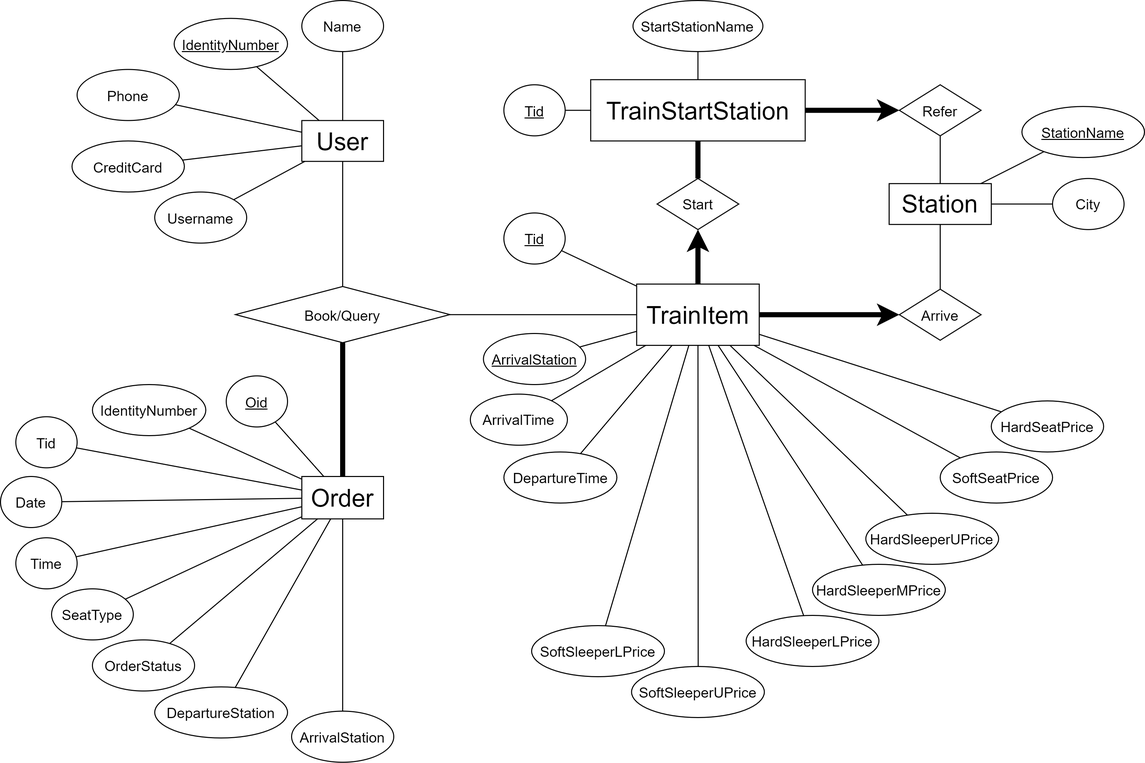
Earlier version of the draw.io export design/readme.assets/ER-graph-er-after-chk-5.3.png (KevinGeejo/Railway-Booking-System). Source tidied: cells renumbered, new cells last; positions are measured from the earlier drawing's top-left corner, leaving out a move shared by most shapes.
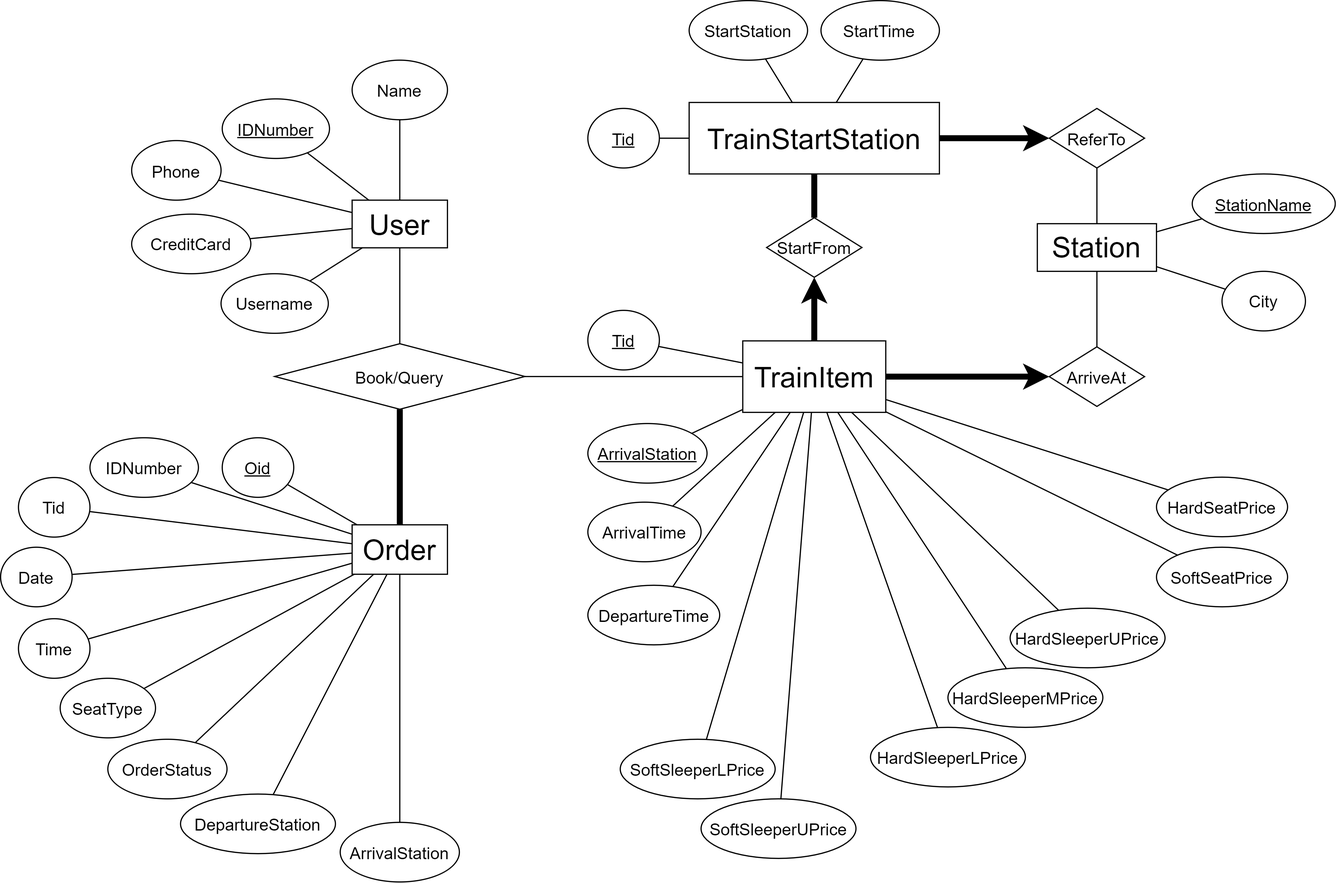
After the commit.

Diff of the diagram source:
```diff
@@ -9,31 +9,31 @@
       <mxGeometry x="870" y="179.2" width="100" height="40" as="geometry" />
     </mxCell>
     <mxCell id="4" value="&lt;font style=&quot;font-size: 24px&quot;&gt;User&lt;/font&gt;" style="rounded=0;whiteSpace=wrap;html=1;" parent="1" vertex="1">
-      <mxGeometry x="295" y="117.5" width="80" height="40" as="geometry" />
+      <mxGeometry x="295" y="159.5" width="80" height="40" as="geometry" />
     </mxCell>
     <mxCell id="5" value="&lt;font style=&quot;font-size: 24px&quot;&gt;Order&lt;/font&gt;" style="rounded=0;whiteSpace=wrap;html=1;" parent="1" vertex="1">
-      <mxGeometry x="295" y="466" width="80" height="41.5" as="geometry" />
+      <mxGeometry x="295" y="432" width="80" height="41.5" as="geometry" />
     </mxCell>
     <mxCell id="6" value="&lt;font style=&quot;font-size: 14px&quot;&gt;Name&lt;/font&gt;" style="ellipse;whiteSpace=wrap;html=1;" parent="1" vertex="1">
-      <mxGeometry x="295" width="80" height="50" as="geometry" />
+      <mxGeometry x="295" y="42" width="80" height="50" as="geometry" />
     </mxCell>
     <mxCell id="7" style="endArrow=none;html=1;" parent="1" edge="1" source="6" target="4">
       <mxGeometry relative="1" as="geometry" />
     </mxCell>
-    <mxCell id="8" value="&lt;span style=&quot;font-size: 14px&quot;&gt;&lt;u&gt;IdentityNumber&lt;/u&gt;&lt;br&gt;&lt;/span&gt;" style="ellipse;whiteSpace=wrap;html=1;" parent="1" vertex="1">
-      <mxGeometry x="170" y="17.5" width="111" height="50" as="geometry" />
+    <mxCell id="8" value="&lt;span style=&quot;font-size: 14px&quot;&gt;&lt;u&gt;IDNumber&lt;/u&gt;&lt;br&gt;&lt;/span&gt;" style="ellipse;whiteSpace=wrap;html=1;" parent="1" vertex="1">
+      <mxGeometry x="186" y="74.5" width="90" height="50" as="geometry" />
     </mxCell>
     <mxCell id="9" style="endArrow=none;html=1;" parent="1" edge="1" source="8" target="4">
       <mxGeometry relative="1" as="geometry" />
     </mxCell>
     <mxCell id="10" value="&lt;span style=&quot;font-size: 14px&quot;&gt;Phone&lt;/span&gt;" style="ellipse;whiteSpace=wrap;html=1;" parent="1" vertex="1">
-      <mxGeometry x="75" y="67.5" width="100" height="50" as="geometry" />
+      <mxGeometry x="110" y="109.5" width="75" height="50" as="geometry" />
     </mxCell>
     <mxCell id="11" value="&lt;span style=&quot;font-size: 14px&quot;&gt;CreditCard&lt;br&gt;&lt;/span&gt;" style="ellipse;whiteSpace=wrap;html=1;" parent="1" vertex="1">
-      <mxGeometry x="70" y="137.5" width="110" height="50" as="geometry" />
+      <mxGeometry x="110" y="171.2" width="100" height="50" as="geometry" />
     </mxCell>
     <mxCell id="12" value="&lt;span style=&quot;font-size: 14px&quot;&gt;Username&lt;br&gt;&lt;/span&gt;" style="ellipse;whiteSpace=wrap;html=1;" parent="1" vertex="1">
-      <mxGeometry x="151" y="187.5" width="90" height="50" as="geometry" />
+      <mxGeometry x="185" y="221.2" width="90" height="50" as="geometry" />
     </mxCell>
     <mxCell id="13" style="endArrow=none;html=1;" parent="1" edge="1" source="10" target="4">
       <mxGeometry relative="1" as="geometry" />
@@ -44,7 +44,7 @@
     <mxCell id="15" style="endArrow=none;html=1;" parent="1" edge="1" source="12" target="4">
       <mxGeometry relative="1" as="geometry" />
     </mxCell>
-    <mxCell id="16" value="&lt;font style=&quot;font-size: 14px&quot;&gt;Arrive&lt;/font&gt;" style="rhombus;whiteSpace=wrap;html=1;" parent="1" vertex="1">
+    <mxCell id="16" value="&lt;font style=&quot;font-size: 14px&quot;&gt;ArriveAt&lt;/font&gt;" style="rhombus;whiteSpace=wrap;html=1;" parent="1" vertex="1">
       <mxGeometry x="880" y="282.6" width="80" height="50" as="geometry" />
     </mxCell>
     <mxCell id="17" style="endArrow=none;html=1;fillColor=#f8cecc;strokeWidth=5;startArrow=classic;startFill=1;" parent="1" edge="1" source="16" target="2">
@@ -54,10 +54,10 @@
       <mxGeometry relative="1" as="geometry" />
     </mxCell>
     <mxCell id="19" value="&lt;span style=&quot;font-size: 14px&quot;&gt;&lt;u&gt;StationName&lt;/u&gt;&lt;br&gt;&lt;/span&gt;" style="ellipse;whiteSpace=wrap;html=1;" parent="1" vertex="1">
-      <mxGeometry x="1000" y="103.8" width="120" height="50" as="geometry" />
+      <mxGeometry x="1000" y="137.5" width="120" height="50" as="geometry" />
     </mxCell>
     <mxCell id="20" value="&lt;span style=&quot;font-size: 14px&quot;&gt;City&lt;br&gt;&lt;/span&gt;" style="ellipse;whiteSpace=wrap;html=1;" parent="1" vertex="1">
-      <mxGeometry x="1030" y="174.2" width="70" height="50" as="geometry" />
+      <mxGeometry x="1025" y="219.2" width="70" height="50" as="geometry" />
     </mxCell>
     <mxCell id="21" style="endArrow=none;html=1;" parent="1" edge="1" source="19" target="3">
       <mxGeometry relative="1" as="geometry" />
@@ -78,31 +78,31 @@
       <mxGeometry relative="1" as="geometry" />
     </mxCell>
     <mxCell id="27" value="&lt;span style=&quot;font-size: 14px&quot;&gt;&lt;u&gt;Oid&lt;/u&gt;&lt;/span&gt;" style="ellipse;whiteSpace=wrap;html=1;" parent="1" vertex="1">
-      <mxGeometry x="221" y="367.5" width="60" height="50" as="geometry" />
+      <mxGeometry x="186" y="358.9" width="60" height="50" as="geometry" />
     </mxCell>
     <mxCell id="28" value="&lt;span style=&quot;font-size: 14px&quot;&gt;Tid&lt;/span&gt;" style="ellipse;whiteSpace=wrap;html=1;" parent="1" vertex="1">
-      <mxGeometry x="15" y="407.5" width="60" height="50" as="geometry" />
+      <mxGeometry x="15" y="392.3" width="60" height="50" as="geometry" />
     </mxCell>
     <mxCell id="29" value="&lt;span style=&quot;font-size: 14px&quot;&gt;Date&lt;/span&gt;" style="ellipse;whiteSpace=wrap;html=1;" parent="1" vertex="1">
-      <mxGeometry y="466" width="60" height="50" as="geometry" />
+      <mxGeometry y="450.8" width="60" height="50" as="geometry" />
     </mxCell>
     <mxCell id="30" value="&lt;span style=&quot;font-size: 14px&quot;&gt;Time&lt;/span&gt;" style="ellipse;whiteSpace=wrap;html=1;" parent="1" vertex="1">
-      <mxGeometry x="15" y="526" width="60" height="50" as="geometry" />
+      <mxGeometry x="15" y="510.8" width="60" height="50" as="geometry" />
     </mxCell>
     <mxCell id="31" value="&lt;span style=&quot;font-size: 14px&quot;&gt;DepartureStation&lt;br&gt;&lt;/span&gt;" style="ellipse;whiteSpace=wrap;html=1;" parent="1" vertex="1">
-      <mxGeometry x="151" y="672" width="130" height="50" as="geometry" />
+      <mxGeometry x="151" y="658" width="130" height="50" as="geometry" />
     </mxCell>
     <mxCell id="32" value="&lt;span style=&quot;font-size: 14px&quot;&gt;ArrivalStation&lt;/span&gt;" style="ellipse;whiteSpace=wrap;html=1;" parent="1" vertex="1">
-      <mxGeometry x="285" y="695.8" width="100" height="50" as="geometry" />
+      <mxGeometry x="285" y="681.8" width="100" height="50" as="geometry" />
     </mxCell>
     <mxCell id="33" value="&lt;span style=&quot;font-size: 14px&quot;&gt;SeatType&lt;br&gt;&lt;/span&gt;" style="ellipse;whiteSpace=wrap;html=1;" parent="1" vertex="1">
-      <mxGeometry x="50" y="576" width="80" height="50" as="geometry" />
+      <mxGeometry x="50" y="560.8" width="80" height="50" as="geometry" />
     </mxCell>
     <mxCell id="34" value="&lt;span style=&quot;font-size: 14px&quot;&gt;OrderStatus&lt;br&gt;&lt;/span&gt;" style="ellipse;whiteSpace=wrap;html=1;" parent="1" vertex="1">
-      <mxGeometry x="90" y="626" width="100" height="50" as="geometry" />
+      <mxGeometry x="90" y="612" width="100" height="50" as="geometry" />
     </mxCell>
     <mxCell id="35" value="&lt;span style=&quot;font-size: 14px&quot;&gt;&lt;u&gt;Tid&lt;/u&gt;&lt;/span&gt;" style="ellipse;whiteSpace=wrap;html=1;" parent="1" vertex="1">
-      <mxGeometry x="492.8" y="208" width="60" height="50" as="geometry" />
+      <mxGeometry x="492.8" y="252" width="60" height="50" as="geometry" />
     </mxCell>
     <mxCell id="36" style="endArrow=none;html=1;" parent="1" edge="1" source="28" target="5">
       <mxGeometry relative="1" as="geometry" />
@@ -128,17 +128,17 @@
     <mxCell id="43" style="endArrow=none;html=1;" parent="1" edge="1" source="31" target="5">
       <mxGeometry relative="1" as="geometry" />
     </mxCell>
-    <mxCell id="44" value="&lt;span style=&quot;font-size: 14px&quot;&gt;StartStationName&lt;/span&gt;&lt;span style=&quot;font-size: 14px&quot;&gt;&lt;br&gt;&lt;/span&gt;" style="ellipse;whiteSpace=wrap;html=1;" parent="1" vertex="1">
-      <mxGeometry x="619.2" width="127.2" height="50" as="geometry" />
+    <mxCell id="44" value="&lt;span style=&quot;font-size: 14px&quot;&gt;StartStation&lt;/span&gt;&lt;span style=&quot;font-size: 14px&quot;&gt;&lt;br&gt;&lt;/span&gt;" style="ellipse;whiteSpace=wrap;html=1;" parent="1" vertex="1">
+      <mxGeometry x="577.8" y="-8" width="99.4" height="50" as="geometry" />
     </mxCell>
     <mxCell id="45" value="&lt;span style=&quot;font-size: 14px&quot;&gt;&lt;u&gt;ArrivalStation&lt;/u&gt;&lt;/span&gt;" style="ellipse;whiteSpace=wrap;html=1;" parent="1" vertex="1">
-      <mxGeometry x="472.8" y="326" width="100" height="50" as="geometry" />
+      <mxGeometry x="492.8" y="347" width="100" height="50" as="geometry" />
     </mxCell>
     <mxCell id="46" value="&lt;span style=&quot;font-size: 14px&quot;&gt;DepartureTime&lt;br&gt;&lt;/span&gt;" style="ellipse;whiteSpace=wrap;html=1;" parent="1" vertex="1">
-      <mxGeometry x="492.8" y="442" width="110.6" height="50" as="geometry" />
+      <mxGeometry x="492.8" y="482.8" width="110.6" height="50" as="geometry" />
     </mxCell>
     <mxCell id="47" value="&lt;span style=&quot;font-size: 14px&quot;&gt;ArrivalTime&lt;br&gt;&lt;/span&gt;" style="ellipse;whiteSpace=wrap;html=1;" parent="1" vertex="1">
-      <mxGeometry x="460" y="385.4" width="95" height="50" as="geometry" />
+      <mxGeometry x="492.8" y="413" width="95" height="50" as="geometry" />
     </mxCell>
     <mxCell id="48" style="endArrow=none;html=1;" parent="1" edge="1" source="69" target="44">
       <mxGeometry relative="1" as="geometry" />
@@ -162,7 +162,7 @@
       <mxGeometry relative="1" as="geometry" />
     </mxCell>
     <mxCell id="55" value="&lt;span style=&quot;font-size: 14px&quot;&gt;SoftSeatPrice&lt;br&gt;&lt;/span&gt;" style="ellipse;whiteSpace=wrap;html=1;" parent="1" vertex="1">
-      <mxGeometry x="920" y="442" width="110" height="50" as="geometry" />
+      <mxGeometry x="970" y="450.8" width="110" height="50" as="geometry" />
     </mxCell>
     <mxCell id="56" style="endArrow=none;html=1;" parent="1" edge="1" source="2" target="55">
       <mxGeometry relative="1" as="geometry" />
@@ -186,7 +186,7 @@
       <mxGeometry relative="1" as="geometry" />
     </mxCell>
     <mxCell id="63" value="&lt;span style=&quot;font-size: 14px&quot;&gt;SoftSleeperUPrice&lt;br&gt;&lt;/span&gt;" style="ellipse;whiteSpace=wrap;html=1;" parent="1" vertex="1">
-      <mxGeometry x="617.8" y="652" width="130" height="50" as="geometry" />
+      <mxGeometry x="587.8" y="662" width="130" height="50" as="geometry" />
     </mxCell>
     <mxCell id="64" value="&lt;span style=&quot;font-size: 14px&quot;&gt;SoftSleeperLPrice&lt;br&gt;&lt;/span&gt;" style="ellipse;whiteSpace=wrap;html=1;" parent="1" vertex="1">
       <mxGeometry x="520" y="612" width="130" height="50" as="geometry" />
@@ -197,8 +197,8 @@
     <mxCell id="66" style="endArrow=none;html=1;" parent="1" edge="1" source="2" target="64">
       <mxGeometry relative="1" as="geometry" />
     </mxCell>
-    <mxCell id="67" value="&lt;span style=&quot;font-size: 14px&quot;&gt;IdentityNumber&lt;br&gt;&lt;/span&gt;" style="ellipse;whiteSpace=wrap;html=1;" parent="1" vertex="1">
-      <mxGeometry x="90" y="376" width="111" height="50" as="geometry" />
+    <mxCell id="67" value="&lt;span style=&quot;font-size: 14px&quot;&gt;IDNumber&lt;br&gt;&lt;/span&gt;" style="ellipse;whiteSpace=wrap;html=1;" parent="1" vertex="1">
+      <mxGeometry x="75" y="358.9" width="91" height="50" as="geometry" />
     </mxCell>
     <mxCell id="68" style="endArrow=none;html=1;" parent="1" edge="1" source="5" target="67">
       <mxGeometry relative="1" as="geometry" />
@@ -212,7 +212,7 @@
     <mxCell id="71" style="endArrow=none;html=1;" parent="1" edge="1" source="70" target="69">
       <mxGeometry relative="1" as="geometry" />
     </mxCell>
-    <mxCell id="72" value="&lt;font style=&quot;font-size: 14px&quot;&gt;Start&lt;/font&gt;" style="rhombus;whiteSpace=wrap;html=1;" parent="1" vertex="1">
+    <mxCell id="72" value="&lt;font style=&quot;font-size: 14px&quot;&gt;StartFrom&lt;/font&gt;" style="rhombus;whiteSpace=wrap;html=1;" parent="1" vertex="1">
       <mxGeometry x="642.8" y="174.2" width="80" height="50" as="geometry" />
     </mxCell>
     <mxCell id="73" style="endArrow=none;html=1;strokeWidth=5;fillColor=#ffe6cc;" parent="1" edge="1" source="72" target="69">
@@ -221,7 +221,7 @@
     <mxCell id="74" style="endArrow=classic;html=1;strokeWidth=5;startArrow=none;startFill=0;endFill=1;fillColor=#ffe6cc;" parent="1" edge="1" source="2" target="72">
       <mxGeometry relative="1" as="geometry" />
     </mxCell>
-    <mxCell id="75" value="&lt;font style=&quot;font-size: 14px&quot;&gt;Refer&lt;/font&gt;" style="rhombus;whiteSpace=wrap;html=1;" parent="1" vertex="1">
+    <mxCell id="75" value="&lt;font style=&quot;font-size: 14px&quot;&gt;ReferTo&lt;/font&gt;" style="rhombus;whiteSpace=wrap;html=1;" parent="1" vertex="1">
       <mxGeometry x="880" y="82.5" width="80" height="50" as="geometry" />
     </mxCell>
     <mxCell id="76" style="endArrow=none;html=1;" parent="1" edge="1" source="3" target="75">
@@ -230,5 +230,11 @@
     <mxCell id="77" style="endArrow=none;html=1;fillColor=#f8cecc;startArrow=classic;startFill=1;strokeWidth=5;" parent="1" edge="1" source="75" target="69">
       <mxGeometry relative="1" as="geometry" />
     </mxCell>
+    <mxCell id="78" value="&lt;span style=&quot;font-size: 14px&quot;&gt;StartTime&lt;/span&gt;&lt;span style=&quot;font-size: 14px&quot;&gt;&lt;br&gt;&lt;/span&gt;" style="ellipse;whiteSpace=wrap;html=1;" parent="1" vertex="1">
+      <mxGeometry x="688.5" y="-8" width="99.4" height="50" as="geometry" />
+    </mxCell>
+    <mxCell id="79" style="endArrow=none;html=1;" parent="1" edge="1" source="69" target="78">
+      <mxGeometry relative="1" as="geometry" />
+    </mxCell>
   </root>
 </mxGraphModel>
```
